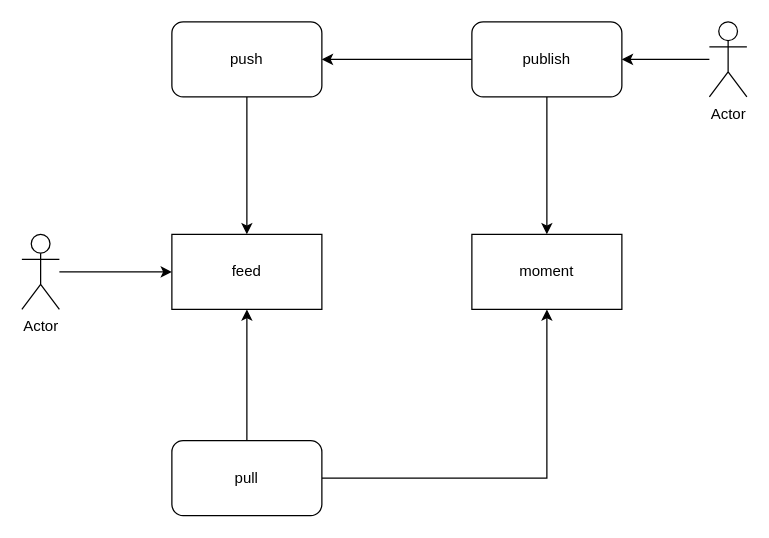
Before: feed.drawio in effyroth/drawio2, a draw.io diagram. Source tidied: cells renumbered, new cells numbered last; positions are measured from the earlier drawing's top-left corner, leaving out a move shared by most shapes. Both pictures are drawn from the tidied source at 125%, with x=0, y=0 at pixel (21, 21).
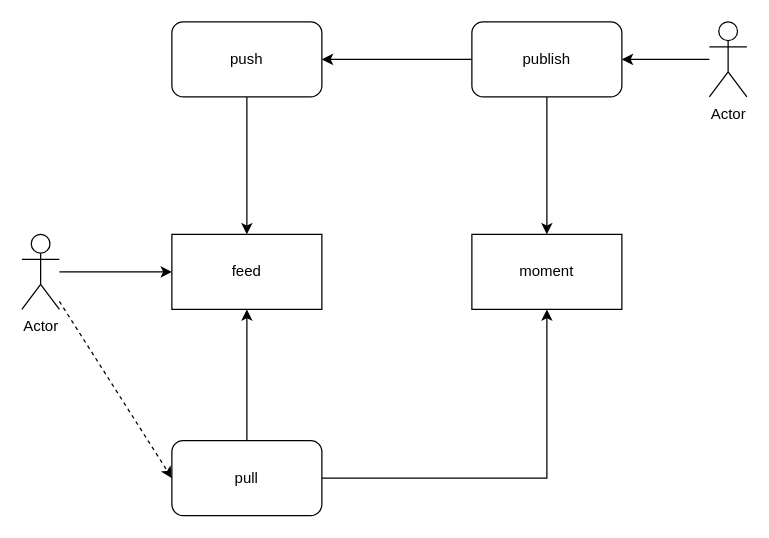
The same diagram, later.

Change to the diagram source:
```diff
@@
 <mxGraphModel>
   <root>
     <mxCell id="0" />
     <mxCell id="1" parent="0" />
     <mxCell id="2" value="feed" style="rounded=0;whiteSpace=wrap;html=1;" parent="1" vertex="1">
       <mxGeometry x="120" y="170" width="120" height="60" as="geometry" />
     </mxCell>
     <mxCell id="3" style="edgeStyle=orthogonalEdgeStyle;rounded=0;jettySize=auto;html=1;entryX=0;entryY=0.5;entryDx=0;entryDy=0;" parent="1" edge="1" source="4" target="2">
       <mxGeometry relative="1" as="geometry" />
     </mxCell>
+    <mxCell id="16" style="rounded=0;jettySize=auto;html=1;entryX=0;entryY=0.5;entryDx=0;entryDy=0;dashed=1;" parent="1" edge="1" source="4" target="9">
+      <mxGeometry relative="1" as="geometry" />
+    </mxCell>
     <mxCell id="4" value="Actor" style="shape=umlActor;verticalLabelPosition=bottom;labelBackgroundColor=#ffffff;verticalAlign=top;html=1;outlineConnect=0;" parent="1" vertex="1">
       <mxGeometry y="170" width="30" height="60" as="geometry" />
     </mxCell>
     <mxCell id="5" style="edgeStyle=orthogonalEdgeStyle;rounded=0;jettySize=auto;html=1;entryX=1;entryY=0.5;entryDx=0;entryDy=0;" parent="1" edge="1" source="6" target="14">
       <mxGeometry relative="1" as="geometry" />
     </mxCell>
     <mxCell id="6" value="Actor" style="shape=umlActor;verticalLabelPosition=bottom;labelBackgroundColor=#ffffff;verticalAlign=top;html=1;outlineConnect=0;" parent="1" vertex="1">
       <mxGeometry x="550" width="30" height="60" as="geometry" />
     </mxCell>
     <mxCell id="7" style="edgeStyle=orthogonalEdgeStyle;rounded=0;jettySize=auto;html=1;entryX=0.5;entryY=1;entryDx=0;entryDy=0;" parent="1" edge="1" source="9" target="15">
       <mxGeometry relative="1" as="geometry" />
     </mxCell>
     <mxCell id="8" style="edgeStyle=orthogonalEdgeStyle;rounded=0;jettySize=auto;html=1;entryX=0.5;entryY=1;entryDx=0;entryDy=0;" parent="1" edge="1" source="9" target="2">
       <mxGeometry relative="1" as="geometry" />
     </mxCell>
     <mxCell id="9" value="pull" style="rounded=1;whiteSpace=wrap;html=1;" parent="1" vertex="1">
       <mxGeometry x="120" y="335" width="120" height="60" as="geometry" />
     </mxCell>
     <mxCell id="10" style="edgeStyle=orthogonalEdgeStyle;rounded=0;jettySize=auto;html=1;entryX=0.5;entryY=0;entryDx=0;entryDy=0;" parent="1" edge="1" source="11" target="2">
       <mxGeometry relative="1" as="geometry" />
     </mxCell>
     <mxCell id="11" value="push" style="rounded=1;whiteSpace=wrap;html=1;" parent="1" vertex="1">
       <mxGeometry x="120" width="120" height="60" as="geometry" />
     </mxCell>
     <mxCell id="12" style="edgeStyle=orthogonalEdgeStyle;rounded=0;jettySize=auto;html=1;entryX=0.5;entryY=0;entryDx=0;entryDy=0;" parent="1" edge="1" source="14" target="15">
       <mxGeometry relative="1" as="geometry" />
     </mxCell>
     <mxCell id="13" style="edgeStyle=orthogonalEdgeStyle;rounded=0;jettySize=auto;html=1;entryX=1;entryY=0.5;entryDx=0;entryDy=0;" parent="1" edge="1" source="14" target="11">
       <mxGeometry relative="1" as="geometry" />
     </mxCell>
     <mxCell id="14" value="publish" style="rounded=1;whiteSpace=wrap;html=1;" parent="1" vertex="1">
       <mxGeometry x="360" width="120" height="60" as="geometry" />
     </mxCell>
     <mxCell id="15" value="moment" style="rounded=0;whiteSpace=wrap;html=1;" parent="1" vertex="1">
       <mxGeometry x="360" y="170" width="120" height="60" as="geometry" />
     </mxCell>
   </root>
 </mxGraphModel>
```
